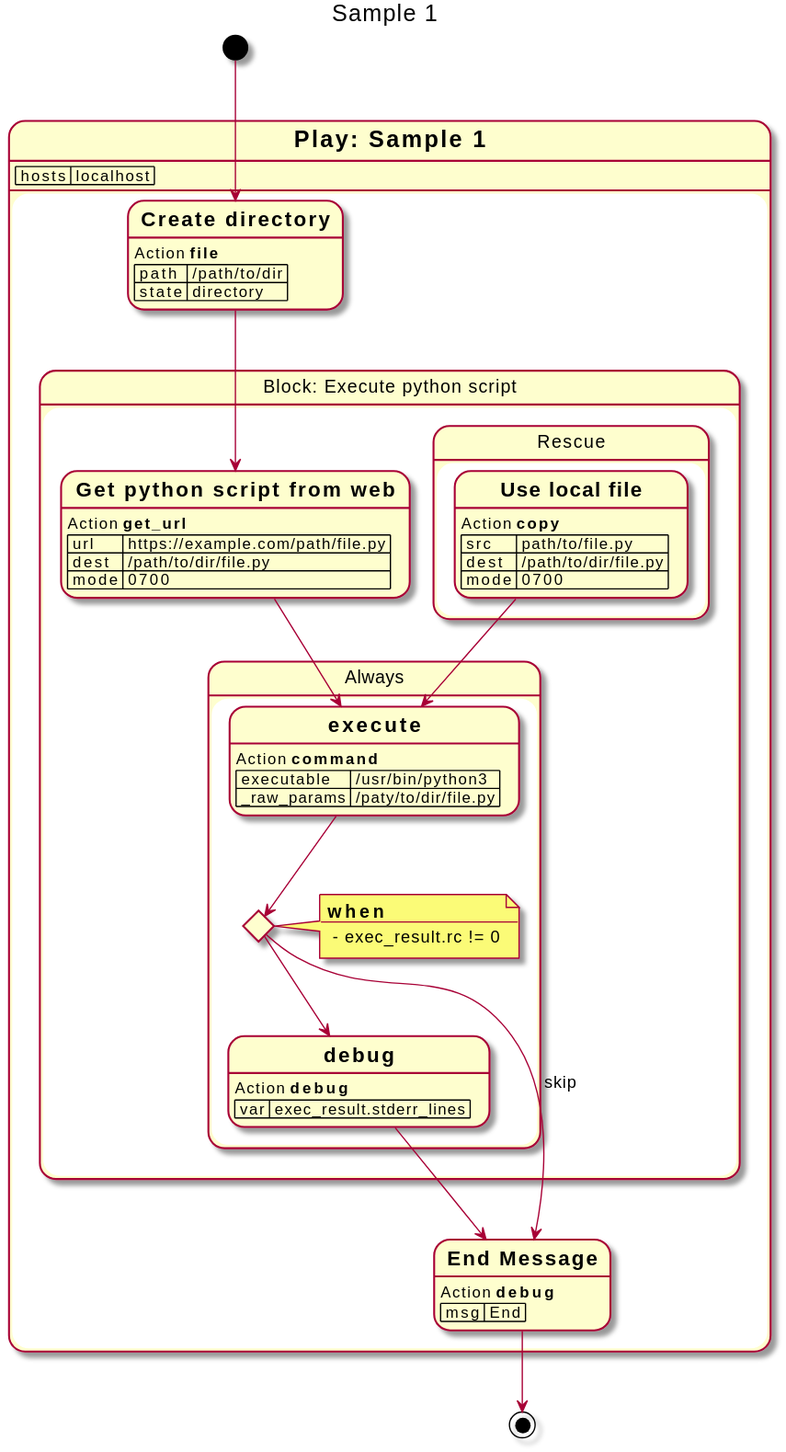
Earlier version of the PlantUML export docs/img/sample_1.svg (teramako/playbook2uml).
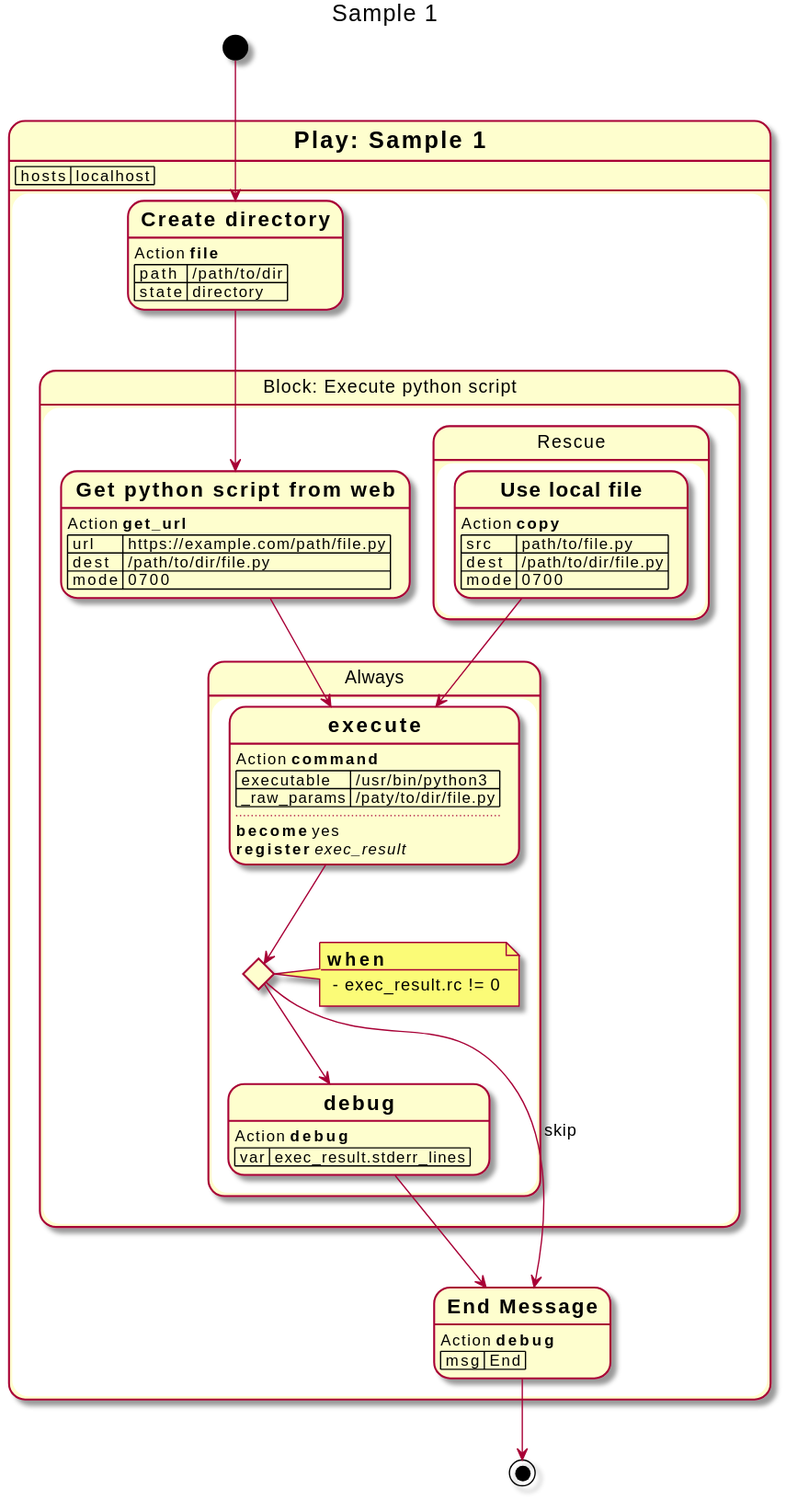
After the commit.

Change to the diagram source:
```diff
@@ -17,6 +17,9 @@
             task_3 : Action **command**
             task_3 : | executable | /usr/bin/python3 |
             task_3 : | _raw_params | /paty/to/dir/file.py |
+            task_3 : ....
+            task_3 : **become** yes
+            task_3 : **register** //exec_result//
             state task_4_when <<choice>>
             note right of task_4_when
                 === when
```
